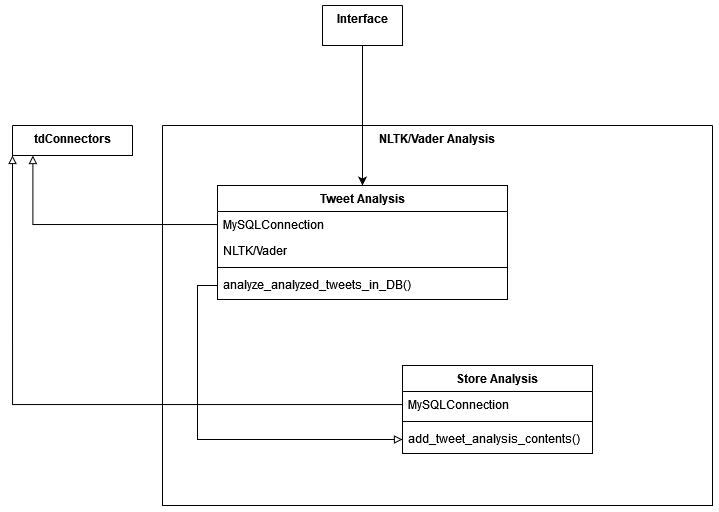
The draw.io diagram images/iteration2/classes/architecture-VADERAnalysisClass.drawio.png in agarcia169/4306-Donaldson-Project, before a commit. Source tidied: cells renumbered, new cells last; positions are measured from the earlier drawing's top-left corner, leaving out a move shared by most shapes. Its diagram source:
```xml
<mxGraphModel>
  <root>
    <mxCell id="0" />
    <mxCell id="1" parent="0" />
    <mxCell id="2" value="Interface" style="swimlane;startSize=0;verticalAlign=top;" parent="1" vertex="1" collapsed="1">
      <mxGeometry x="310" width="80" height="40" as="geometry" />
    </mxCell>
    <mxCell id="3" value="tdConnectors" style="swimlane;startSize=0;verticalAlign=top;points=[[0,0,0,0,0],[0,0.25,0,0,0],[0,0.5,0,0,0],[0,0.75,0,0,0],[0,1,0,0,0],[0.17,1,0,0,0],[0.25,0,0,0,0],[0.33,1,0,0,0],[0.5,0,0,0,0],[0.5,1,0,0,0],[0.67,1,0,0,0],[0.75,0,0,0,0],[0.83,1,0,0,0],[1,0,0,0,0],[1,0.25,0,0,0],[1,0.5,0,0,0],[1,0.75,0,0,0],[1,1,0,0,0]];" parent="1" vertex="1" collapsed="1">
      <mxGeometry y="120" width="120" height="30" as="geometry" />
    </mxCell>
    <mxCell id="4" value="NLTK/Vader Analysis" style="swimlane;startSize=0;verticalAlign=top;whiteSpace=wrap;" parent="1" vertex="1">
      <mxGeometry x="150" y="120" width="550" height="380" as="geometry" />
    </mxCell>
    <mxCell id="5" value="Tweet Analysis" style="swimlane;fontStyle=1;align=center;verticalAlign=top;horizontal=1;startSize=26;" parent="4" vertex="1">
      <mxGeometry x="55" y="60" width="290" height="114" as="geometry" />
    </mxCell>
    <mxCell id="6" value="MySQLConnection" style="text;strokeColor=none;fillColor=none;align=left;verticalAlign=top;spacingLeft=4;spacingRight=4;overflow=hidden;points=[[0,0.5],[1,0.5]];portConstraint=eastwest;" parent="5" vertex="1">
      <mxGeometry y="26" width="290" height="26" as="geometry" />
    </mxCell>
    <mxCell id="7" value="NLTK/Vader" style="text;strokeColor=none;fillColor=none;align=left;verticalAlign=top;spacingLeft=4;spacingRight=4;overflow=hidden;points=[[0,0.5],[1,0.5]];portConstraint=eastwest;" parent="5" vertex="1">
      <mxGeometry y="52" width="290" height="26" as="geometry" />
    </mxCell>
    <mxCell id="8" style="line;strokeWidth=1;fillColor=none;align=left;verticalAlign=middle;spacingTop=-1;spacingLeft=3;spacingRight=3;labelPosition=right;strokeColor=inherit;" parent="5" vertex="1">
      <mxGeometry y="78" width="290" height="8" as="geometry" />
    </mxCell>
    <mxCell id="9" value="analyze_analyzed_tweets_in_DB()" style="text;strokeColor=none;fillColor=none;align=left;verticalAlign=top;spacingLeft=4;spacingRight=4;overflow=hidden;points=[[0,0.5],[1,0.5]];portConstraint=eastwest;" parent="5" vertex="1">
      <mxGeometry y="86" width="290" height="28" as="geometry" />
    </mxCell>
    <mxCell id="10" style="edgeStyle=orthogonalEdgeStyle;rounded=0;jettySize=auto;html=1;endArrow=block;endFill=0;exitX=0;exitY=0.5;exitDx=0;exitDy=0;entryX=0;entryY=0.5;entryDx=0;entryDy=0;" parent="4" edge="1" source="9" target="14">
      <mxGeometry relative="1" as="geometry" />
    </mxCell>
    <mxCell id="11" value="Store Analysis" style="swimlane;fontStyle=1;align=center;verticalAlign=top;horizontal=1;startSize=26;" parent="4" vertex="1">
      <mxGeometry x="240" y="240" width="190" height="88" as="geometry" />
    </mxCell>
    <mxCell id="12" value="MySQLConnection" style="text;strokeColor=none;fillColor=none;align=left;verticalAlign=top;spacingLeft=4;spacingRight=4;overflow=hidden;points=[[0,0.5],[1,0.5]];portConstraint=eastwest;" parent="11" vertex="1">
      <mxGeometry y="26" width="190" height="26" as="geometry" />
    </mxCell>
    <mxCell id="13" style="line;strokeWidth=1;fillColor=none;align=left;verticalAlign=middle;spacingTop=-1;spacingLeft=3;spacingRight=3;labelPosition=right;strokeColor=inherit;" parent="11" vertex="1">
      <mxGeometry y="52" width="190" height="8" as="geometry" />
    </mxCell>
    <mxCell id="14" value="add_tweet_analysis_contents()" style="text;strokeColor=none;fillColor=none;align=left;verticalAlign=top;spacingLeft=4;spacingRight=4;overflow=hidden;points=[[0,0.5],[1,0.5]];portConstraint=eastwest;" parent="11" vertex="1">
      <mxGeometry y="60" width="190" height="28" as="geometry" />
    </mxCell>
    <mxCell id="15" style="edgeStyle=orthogonalEdgeStyle;rounded=0;jettySize=auto;html=1;endArrow=block;endFill=0;entryX=0.17;entryY=1;entryDx=0;entryDy=0;entryPerimeter=0;" parent="1" edge="1" source="6" target="3">
      <mxGeometry relative="1" as="geometry" />
    </mxCell>
    <mxCell id="16" style="edgeStyle=orthogonalEdgeStyle;rounded=0;jettySize=auto;html=1;endArrow=block;endFill=0;entryX=0;entryY=1;entryDx=0;entryDy=0;" parent="1" edge="1" source="12" target="3">
      <mxGeometry relative="1" as="geometry" />
    </mxCell>
  </root>
</mxGraphModel>
```
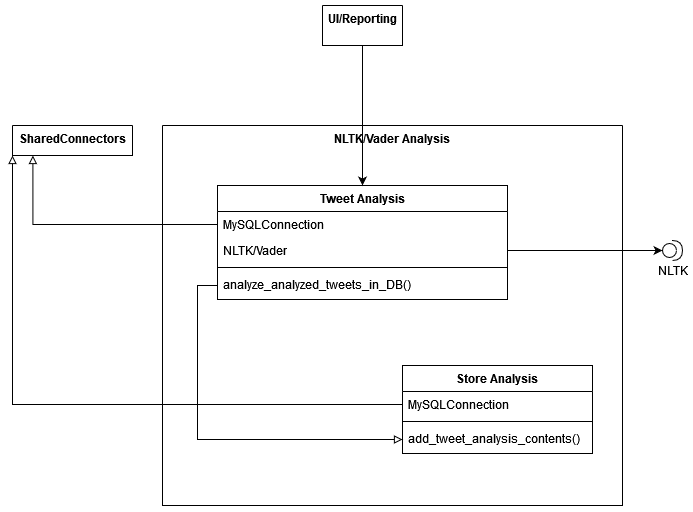
After the change.

Diff of the diagram source:
```diff
@@ -2,14 +2,14 @@
   <root>
     <mxCell id="0" />
     <mxCell id="1" parent="0" />
-    <mxCell id="2" value="Interface" style="swimlane;startSize=0;verticalAlign=top;" parent="1" vertex="1" collapsed="1">
+    <mxCell id="2" value="UI/Reporting" style="swimlane;startSize=0;verticalAlign=top;" parent="1" vertex="1" collapsed="1">
       <mxGeometry x="310" width="80" height="40" as="geometry" />
     </mxCell>
-    <mxCell id="3" value="tdConnectors" style="swimlane;startSize=0;verticalAlign=top;points=[[0,0,0,0,0],[0,0.25,0,0,0],[0,0.5,0,0,0],[0,0.75,0,0,0],[0,1,0,0,0],[0.17,1,0,0,0],[0.25,0,0,0,0],[0.33,1,0,0,0],[0.5,0,0,0,0],[0.5,1,0,0,0],[0.67,1,0,0,0],[0.75,0,0,0,0],[0.83,1,0,0,0],[1,0,0,0,0],[1,0.25,0,0,0],[1,0.5,0,0,0],[1,0.75,0,0,0],[1,1,0,0,0]];" parent="1" vertex="1" collapsed="1">
+    <mxCell id="3" value="SharedConnectors" style="swimlane;startSize=0;verticalAlign=top;points=[[0,0,0,0,0],[0,0.25,0,0,0],[0,0.5,0,0,0],[0,0.75,0,0,0],[0,1,0,0,0],[0.17,1,0,0,0],[0.25,0,0,0,0],[0.33,1,0,0,0],[0.5,0,0,0,0],[0.5,1,0,0,0],[0.67,1,0,0,0],[0.75,0,0,0,0],[0.83,1,0,0,0],[1,0,0,0,0],[1,0.25,0,0,0],[1,0.5,0,0,0],[1,0.75,0,0,0],[1,1,0,0,0]];" parent="1" vertex="1" collapsed="1">
       <mxGeometry y="120" width="120" height="30" as="geometry" />
     </mxCell>
     <mxCell id="4" value="NLTK/Vader Analysis" style="swimlane;startSize=0;verticalAlign=top;whiteSpace=wrap;" parent="1" vertex="1">
-      <mxGeometry x="150" y="120" width="550" height="380" as="geometry" />
+      <mxGeometry x="150" y="120" width="460" height="380" as="geometry" />
     </mxCell>
     <mxCell id="5" value="Tweet Analysis" style="swimlane;fontStyle=1;align=center;verticalAlign=top;horizontal=1;startSize=26;" parent="4" vertex="1">
       <mxGeometry x="55" y="60" width="290" height="114" as="geometry" />
@@ -47,5 +47,11 @@
     <mxCell id="16" style="edgeStyle=orthogonalEdgeStyle;rounded=0;jettySize=auto;html=1;endArrow=block;endFill=0;entryX=0;entryY=1;entryDx=0;entryDy=0;" parent="1" edge="1" source="12" target="3">
       <mxGeometry relative="1" as="geometry" />
     </mxCell>
+    <mxCell id="17" value="NLTK" style="shape=providedRequiredInterface;html=1;verticalLabelPosition=bottom;sketch=0;" parent="1" vertex="1">
+      <mxGeometry x="650" y="235" width="20" height="20" as="geometry" />
+    </mxCell>
+    <mxCell id="18" style="edgeStyle=orthogonalEdgeStyle;rounded=0;jettySize=auto;html=1;" parent="1" edge="1" source="7" target="17">
+      <mxGeometry relative="1" as="geometry" />
+    </mxCell>
   </root>
 </mxGraphModel>
```
